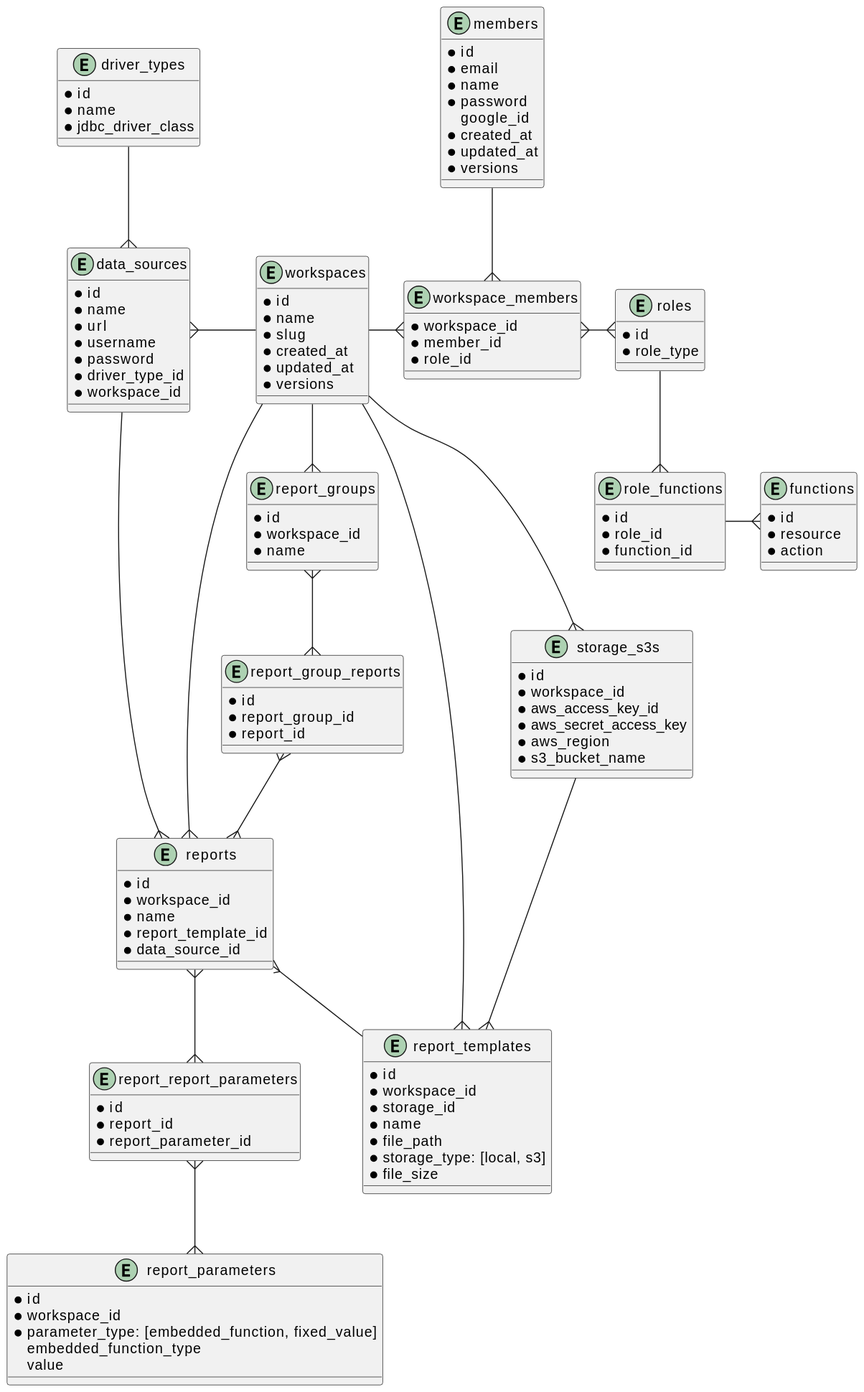
ijufumi/openreports-api keeps this PlantUML diagram as docs/db/diagram.svg. Above is the earlier version. Its diagram source:
```plantuml
@startuml
entity members {
  * id
  * email
  * name
  * password
    google_id
  * created_at
  * updated_at
  * versions
}

entity workspaces {
  * id
  * name
  * slug
  * created_at
  * updated_at
  * versions
}

entity workspace_members {
  * workspace_id
  * member_id
  * role_id
}

entity roles {
  * id
  * role_type
}

entity functions {
  * id
  * resource
  * action
}

entity role_functions {
  * id
  * role_id
  * function_id
}

entity data_sources {
  * id
  * name
  * url
  * username
  * password
  * driver_type_id
  * workspace_id
}

entity driver_types {
  * id
  * name
  * jdbc_driver_class
}

entity reports {
  * id
  * workspace_id
  * name
  * report_template_id
  * data_source_id
}

entity report_templates {
  * id
  * workspace_id
  * storage_id
  * name
  * file_path
  * storage_type: [local, s3]
  * file_size
}

entity report_parameters {
  * id
  * workspace_id
  * parameter_type: [embedded_function, fixed_value]
    embedded_function_type
    value
}

entity report_report_parameters {
  * id
  * report_id
  * report_parameter_id
}

entity report_groups {
  * id
  * workspace_id
  * name
}

entity report_group_reports {
  * id
  * report_group_id
  * report_id
}

entity storage_s3s {
  * id
  * workspace_id
  * aws_access_key_id
  * aws_secret_access_key
  * aws_region
  * s3_bucket_name
}

workspaces --r{ workspace_members
workspace_members }--u members
workspace_members }--r{ roles
roles --{ role_functions
role_functions --r{ functions
workspaces --l{ data_sources
workspaces --{ reports
workspaces --{ report_templates
workspaces --{ report_groups
reports }-- report_templates
report_groups }--{ report_group_reports
report_group_reports }--{ reports
reports }--{ report_report_parameters
report_report_parameters }--{ report_parameters
driver_types --{ data_sources
data_sources --{ reports
workspaces --r{ storage_s3s
storage_s3s --{ report_templates
@enduml
```
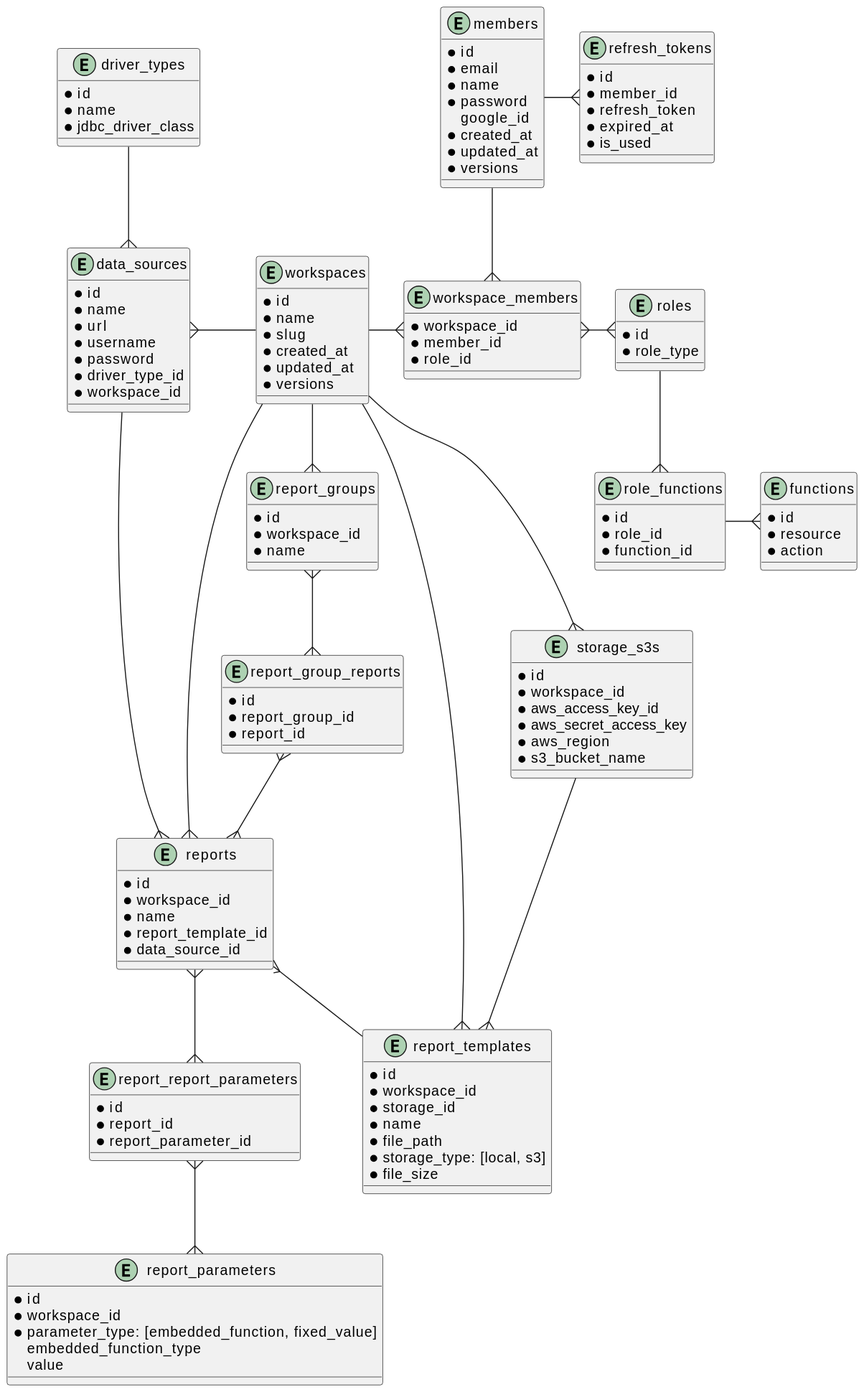
Later version of the same file.

What changed in the source:
```diff
@@ -111,6 +111,14 @@
   * s3_bucket_name
 }
 
+entity refresh_tokens {
+  * id
+  * member_id
+  * refresh_token
+  * expired_at
+  * is_used
+}
+
 workspaces --r{ workspace_members
 workspace_members }--u members
 workspace_members }--r{ roles
@@ -129,4 +137,5 @@
 data_sources --{ reports
 workspaces --r{ storage_s3s
 storage_s3s --{ report_templates
+members --r{ refresh_tokens
 @enduml
```
